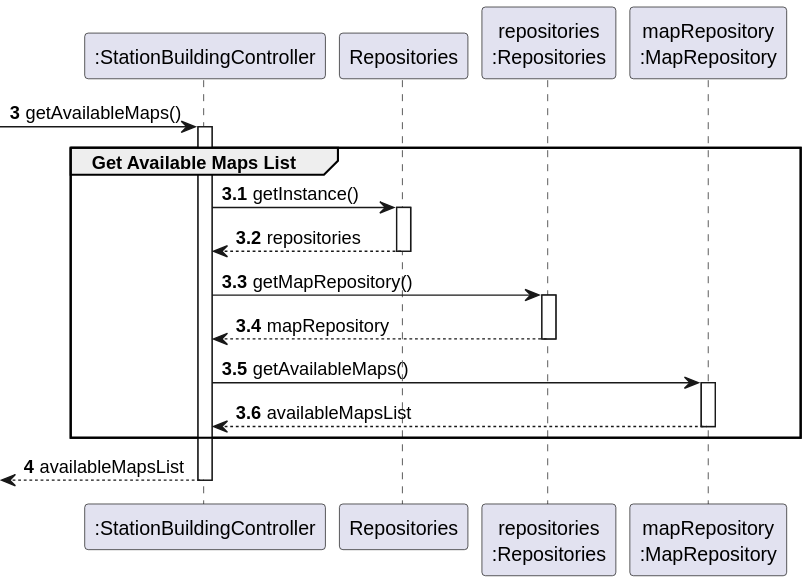
Earlier version of the PlantUML export docs/system-documentation/Sprint 2/US05/03.design/svg/US05-SD-partial-get-available-maps-list.svg (HenriqueSilva18/Railway-Network-Simulator). Its diagram source:
```plantuml
@startuml
skinparam packageStyle rectangle
skinparam shadowing false

participant ":StationBuildingController" as CTRL
participant "Repositories" as REPOS
participant "repositories\n:Repositories" as REPOS_SINGLETON
participant "mapRepository\n:MapRepository" as MAP_REPO

autonumber 3
-> CTRL : getAvailableMaps()

autonumber 3.1
activate CTRL
    group Get Available Maps List
        CTRL -> REPOS : getInstance()
        activate REPOS
            REPOS --> CTRL: repositories
        deactivate REPOS

        CTRL -> REPOS_SINGLETON : getMapRepository()
        activate REPOS_SINGLETON
            REPOS_SINGLETON --> CTRL: mapRepository
        deactivate REPOS_SINGLETON

        CTRL -> MAP_REPO : getAvailableMaps()
        activate MAP_REPO
            MAP_REPO --> CTRL : availableMapsList
        deactivate MAP_REPO
    end

    autonumber 4
    <-- CTRL : availableMapsList
deactivate CTRL
@enduml
```
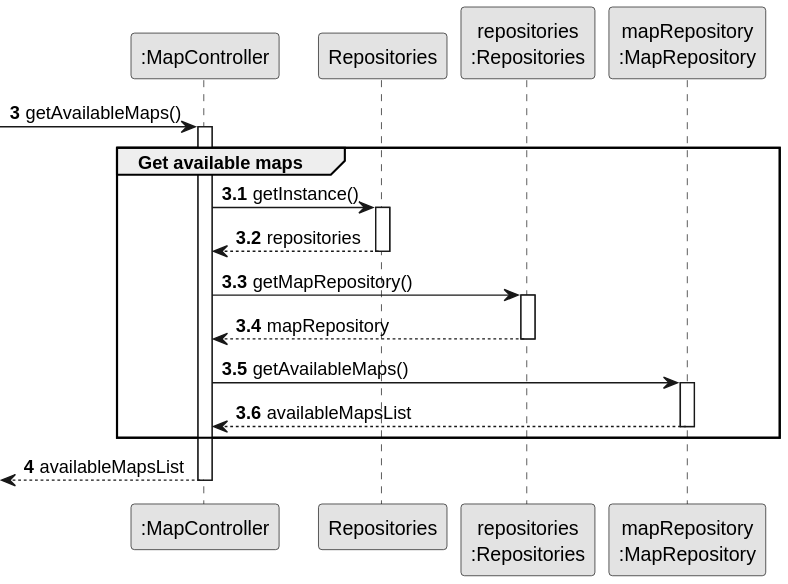
Later version of the same file.

The edit, as a diff of the source:
```diff
@@ -1,34 +1,34 @@
 @startuml
+skinparam monochrome true
 skinparam packageStyle rectangle
 skinparam shadowing false
 
-participant ":StationBuildingController" as CTRL
+autonumber 3
+
+participant ":MapController" as CTRL
 participant "Repositories" as REPOS
 participant "repositories\n:Repositories" as REPOS_SINGLETON
-participant "mapRepository\n:MapRepository" as MAP_REPO
+participant "mapRepository\n:MapRepository" as REPOS_MAP
 
-autonumber 3
--> CTRL : getAvailableMaps()
+-> CTRL: getAvailableMaps()
+activate CTRL
+autonumber 3.1
+group Get available maps
+    CTRL -> REPOS: getInstance()
+    activate REPOS
+        REPOS --> CTRL: repositories
+    deactivate REPOS
 
-autonumber 3.1
-activate CTRL
-    group Get Available Maps List
-        CTRL -> REPOS : getInstance()
-        activate REPOS
-            REPOS --> CTRL: repositories
-        deactivate REPOS
+    CTRL -> REPOS_SINGLETON: getMapRepository()
+    activate REPOS_SINGLETON
+        REPOS_SINGLETON --> CTRL: mapRepository
+    deactivate REPOS_SINGLETON
 
-        CTRL -> REPOS_SINGLETON : getMapRepository()
-        activate REPOS_SINGLETON
-            REPOS_SINGLETON --> CTRL: mapRepository
-        deactivate REPOS_SINGLETON
-
-        CTRL -> MAP_REPO : getAvailableMaps()
-        activate MAP_REPO
-            MAP_REPO --> CTRL : availableMapsList
-        deactivate MAP_REPO
+    CTRL -> REPOS_MAP: getAvailableMaps()
+    activate REPOS_MAP
+        REPOS_MAP --> CTRL: availableMapsList
+    deactivate REPOS_MAP
     end
-
     autonumber 4
     <-- CTRL : availableMapsList
 deactivate CTRL
```
